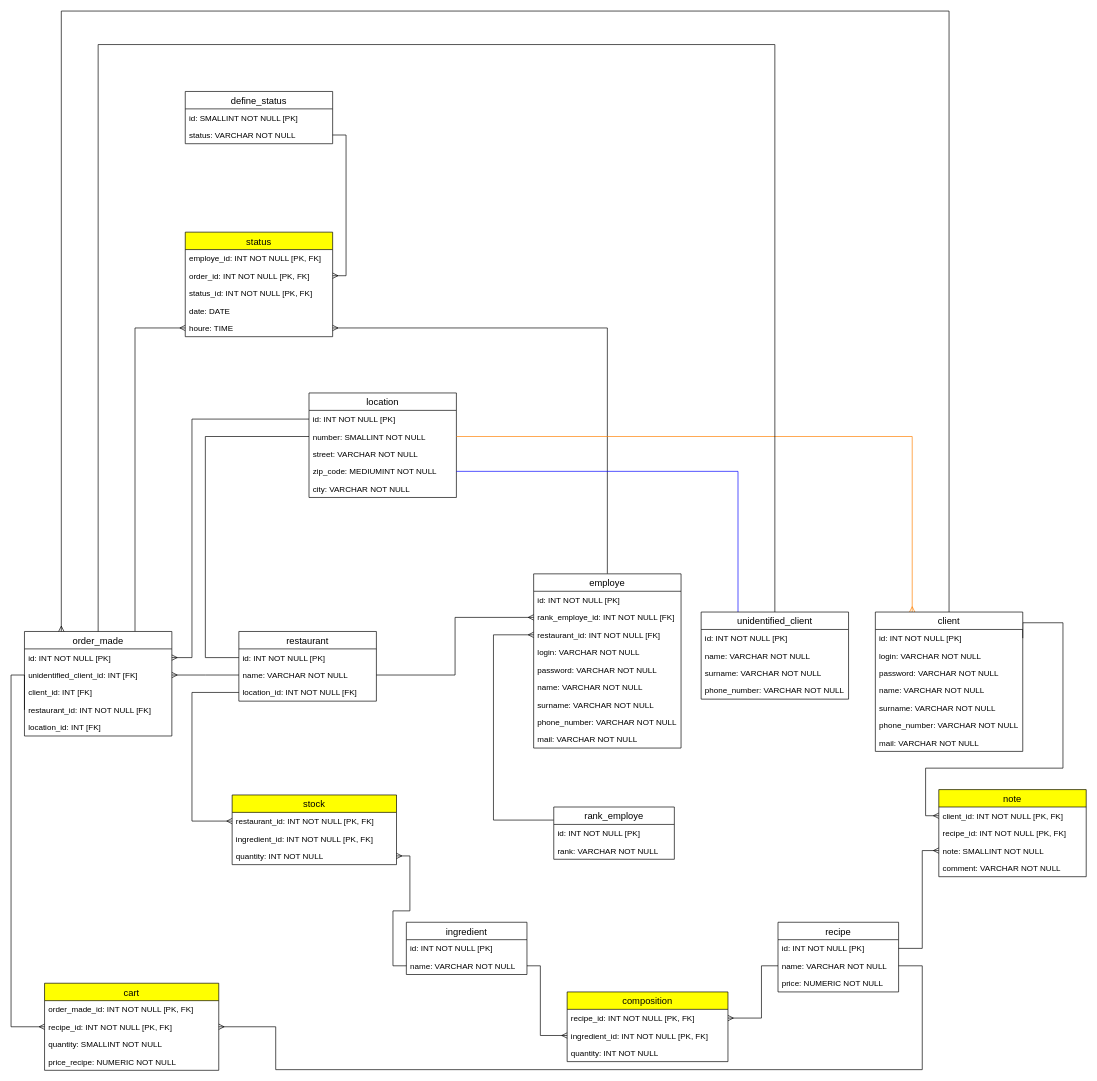
This is MPD.drawio from damien-devpy/OC-P6, a draw.io file, before an edit. Source tidied: cells renumbered, new cells numbered last; positions are measured from the earlier drawing's top-left corner, leaving out a move shared by most shapes. Both pictures are drawn from the tidied source at 67%, with x=0, y=0 at pixel (11, 11).
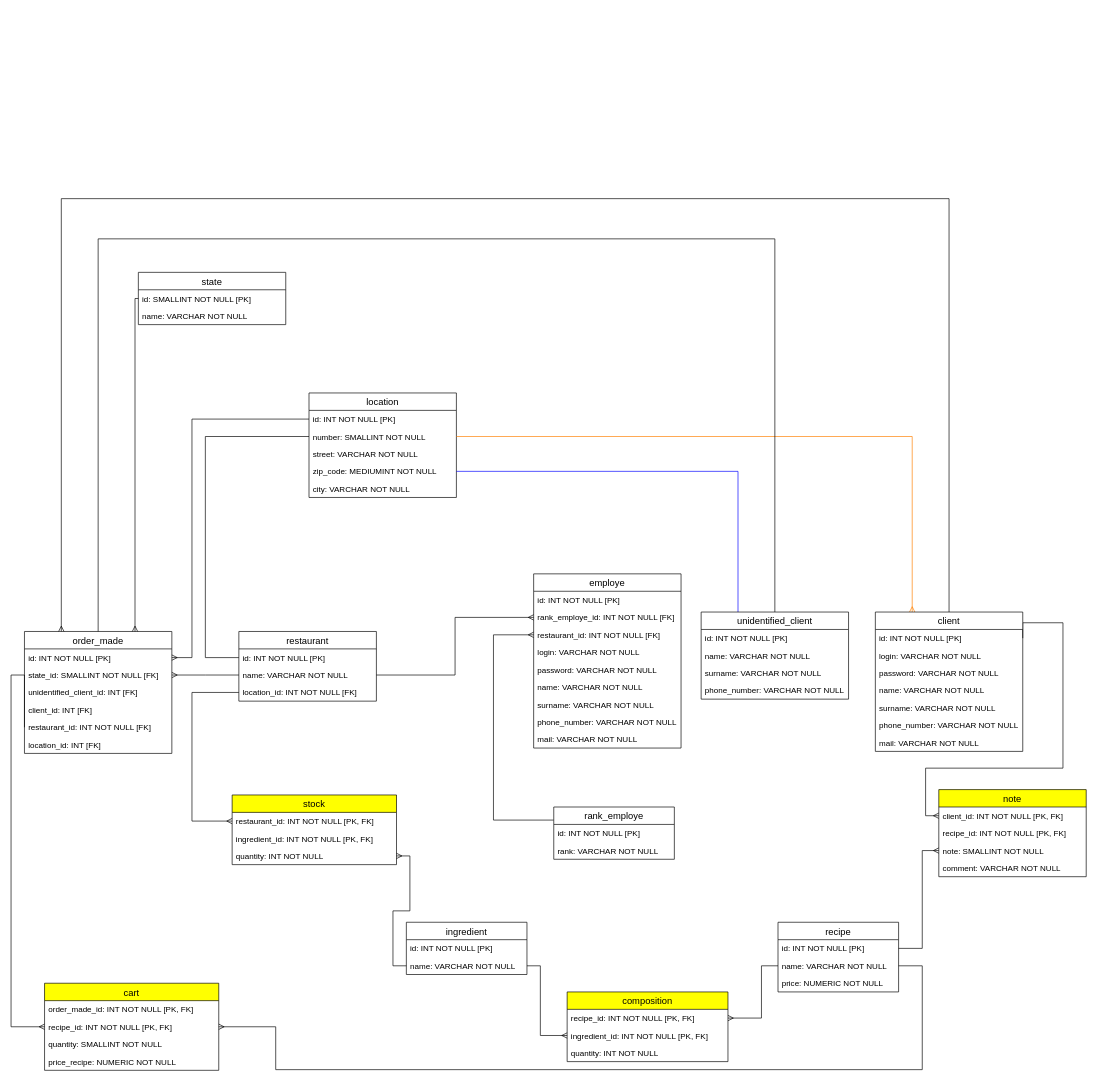
After the change.

The change refers to these unchanged cells:
```xml
<mxCell id="72" value="unidentified_client" style="swimlane;fontStyle=0;horizontal=1;startSize=26;align=center;fontSize=14;labelBackgroundColor=#ffffff;strokeColor=#000000;" parent="1" vertex="1">
  <mxGeometry x="1030" y="897" width="220" height="130" as="geometry" />
</mxCell>
<mxCell id="77" value="employe" style="swimlane;fontStyle=0;horizontal=1;startSize=26;align=center;fontSize=14;labelBackgroundColor=#ffffff;strokeColor=#000000;" parent="1" vertex="1">
  <mxGeometry x="780" y="840" width="220" height="260" as="geometry" />
</mxCell>
<mxCell id="87" value="client" style="swimlane;fontStyle=0;horizontal=1;startSize=26;align=center;fontSize=14;labelBackgroundColor=#ffffff;strokeColor=#000000;" parent="1" vertex="1">
  <mxGeometry x="1290" y="897" width="220" height="208" as="geometry" />
</mxCell>
```

Diff of the diagram source:
```diff
@@
-    <mxCell id="4" style="edgeStyle=orthogonalEdgeStyle;rounded=0;jettySize=auto;html=1;exitX=0.5;exitY=0;exitDx=0;exitDy=0;entryX=1;entryY=0.5;entryDx=0;entryDy=0;endArrow=ERmany;endFill=0;" parent="1" edge="1" source="77" target="25">
-      <mxGeometry relative="1" as="geometry">
-        <Array as="points">
-          <mxPoint x="890" y="473" />
-        </Array>
-      </mxGeometry>
-    </mxCell>
-    <mxCell id="5" style="edgeStyle=orthogonalEdgeStyle;rounded=0;jettySize=auto;html=1;entryX=0;entryY=0.5;entryDx=0;entryDy=0;endArrow=ERmany;endFill=0;exitX=0.75;exitY=0;exitDx=0;exitDy=0;" parent="1" edge="1" source="33" target="25">
-      <mxGeometry relative="1" as="geometry">
-        <Array as="points">
-          <mxPoint x="185" y="473" />
-        </Array>
-      </mxGeometry>
-    </mxCell>
@@
-    <mxCell id="20" value="status" style="swimlane;fontStyle=0;horizontal=1;startSize=26;align=center;fontSize=14;labelBackgroundColor=none;strokeColor=#000000;fillColor=#FFFF00;" parent="1" vertex="1">
-      <mxGeometry x="260" y="330" width="220" height="156" as="geometry" />
-    </mxCell>
-    <mxCell id="21" value="employe_id: INT NOT NULL [PK, FK]" style="text;strokeColor=none;fillColor=none;spacingLeft=4;spacingRight=4;overflow=hidden;fontSize=12;" parent="20" vertex="1">
-      <mxGeometry y="26" width="220" height="26" as="geometry" />
-    </mxCell>
-    <mxCell id="22" value="order_id: INT NOT NULL [PK, FK]" style="text;strokeColor=none;fillColor=none;spacingLeft=4;spacingRight=4;overflow=hidden;points=[[0,0.5],[1,0.5]];portConstraint=eastwest;fontSize=12;" parent="20" vertex="1">
-      <mxGeometry y="52" width="220" height="26" as="geometry" />
-    </mxCell>
-    <mxCell id="23" value="status_id: INT NOT NULL [PK, FK]" style="text;strokeColor=none;fillColor=none;spacingLeft=4;spacingRight=4;overflow=hidden;fontSize=12;" parent="20" vertex="1">
-      <mxGeometry y="78" width="220" height="26" as="geometry" />
-    </mxCell>
-    <mxCell id="24" value="date: DATE" style="text;strokeColor=none;fillColor=none;spacingLeft=4;spacingRight=4;overflow=hidden;fontSize=12;" parent="20" vertex="1">
-      <mxGeometry y="104" width="220" height="26" as="geometry" />
-    </mxCell>
-    <mxCell id="25" value="houre: TIME" style="text;strokeColor=none;fillColor=none;spacingLeft=4;spacingRight=4;overflow=hidden;points=[[0,0.5],[1,0.5]];portConstraint=eastwest;fontSize=12;" parent="20" vertex="1">
-      <mxGeometry y="130" width="220" height="26" as="geometry" />
-    </mxCell>
@@
     <mxCell id="33" value="order_made" style="swimlane;fontStyle=0;horizontal=1;startSize=26;align=center;fontSize=14;labelBackgroundColor=#ffffff;strokeColor=#000000;" parent="1" vertex="1">
-      <mxGeometry x="20" y="926" width="220" height="156" as="geometry" />
+      <mxGeometry x="20" y="926" width="220" height="182" as="geometry" />
     </mxCell>
@@
+    <mxCell id="98" value="state_id: SMALLINT NOT NULL [FK]" style="text;strokeColor=none;fillColor=none;spacingLeft=4;spacingRight=4;overflow=hidden;fontSize=12;" parent="33" vertex="1">
+      <mxGeometry y="52" width="220" height="26" as="geometry" />
+    </mxCell>
     <mxCell id="35" value="unidentified_client_id: INT [FK]" style="text;strokeColor=none;fillColor=none;spacingLeft=4;spacingRight=4;overflow=hidden;fontSize=12;" parent="33" vertex="1">
-      <mxGeometry y="52" width="220" height="26" as="geometry" />
+      <mxGeometry y="78" width="220" height="26" as="geometry" />
     </mxCell>
     <mxCell id="36" value="client_id: INT [FK]" style="text;strokeColor=none;fillColor=none;spacingLeft=4;spacingRight=4;overflow=hidden;fontSize=12;" parent="33" vertex="1">
-      <mxGeometry y="78" width="220" height="26" as="geometry" />
+      <mxGeometry y="104" width="220" height="26" as="geometry" />
     </mxCell>
     <mxCell id="37" value="restaurant_id: INT NOT NULL [FK]" style="text;strokeColor=none;fillColor=none;spacingLeft=4;spacingRight=4;overflow=hidden;points=[[0,0.5],[1,0.5]];portConstraint=eastwest;fontSize=12;" parent="33" vertex="1">
-      <mxGeometry y="104" width="220" height="26" as="geometry" />
+      <mxGeometry y="130" width="220" height="26" as="geometry" />
     </mxCell>
     <mxCell id="38" value="location_id: INT [FK]" style="text;strokeColor=none;fillColor=none;spacingLeft=4;spacingRight=4;overflow=hidden;fontSize=12;" parent="33" vertex="1">
-      <mxGeometry y="130" width="220" height="26" as="geometry" />
+      <mxGeometry y="156" width="220" height="26" as="geometry" />
     </mxCell>
@@
-    <mxCell id="63" value="define_status" style="swimlane;fontStyle=0;horizontal=1;startSize=26;align=center;fontSize=14;labelBackgroundColor=none;strokeColor=#000000;fillColor=#FFFFFF;" parent="1" vertex="1">
-      <mxGeometry x="260" y="120" width="220" height="78" as="geometry" />
-    </mxCell>
-    <mxCell id="64" value="id: SMALLINT NOT NULL [PK]" style="text;strokeColor=none;fillColor=none;spacingLeft=4;spacingRight=4;overflow=hidden;fontSize=12;" parent="63" vertex="1">
-      <mxGeometry y="26" width="220" height="26" as="geometry" />
-    </mxCell>
-    <mxCell id="65" value="status: VARCHAR NOT NULL" style="text;strokeColor=none;fillColor=none;spacingLeft=4;spacingRight=4;overflow=hidden;points=[[0,0.5],[1,0.5]];portConstraint=eastwest;fontSize=12;" parent="63" vertex="1">
-      <mxGeometry y="52" width="220" height="26" as="geometry" />
-    </mxCell>
-    <mxCell id="66" style="edgeStyle=orthogonalEdgeStyle;rounded=0;jettySize=auto;html=1;exitX=1;exitY=0.5;exitDx=0;exitDy=0;entryX=1;entryY=0.5;entryDx=0;entryDy=0;endArrow=ERmany;endFill=0;" parent="1" edge="1" source="65" target="22">
-      <mxGeometry relative="1" as="geometry" />
-    </mxCell>
@@
     <mxCell id="69" style="edgeStyle=orthogonalEdgeStyle;rounded=0;jettySize=auto;html=1;exitX=0.5;exitY=0;exitDx=0;exitDy=0;startArrow=none;startFill=0;endArrow=ERmany;endFill=0;strokeColor=#000000;entryX=0.25;entryY=0;entryDx=0;entryDy=0;" parent="1" edge="1" source="87" target="33">
       <mxGeometry relative="1" as="geometry">
         <Array as="points">
-          <mxPoint x="1400" />
-          <mxPoint x="75" />
+          <mxPoint x="1400" y="280" />
+          <mxPoint x="75" y="280" />
         </Array>
       </mxGeometry>
     </mxCell>
@@
     <mxCell id="71" style="edgeStyle=orthogonalEdgeStyle;rounded=0;jettySize=auto;html=1;exitX=0.5;exitY=0;exitDx=0;exitDy=0;startArrow=none;startFill=0;endArrow=none;endFill=0;strokeColor=#000000;entryX=0.5;entryY=0;entryDx=0;entryDy=0;" parent="1" edge="1" source="72" target="33">
       <mxGeometry relative="1" as="geometry">
         <Array as="points">
-          <mxPoint x="1140" y="50" />
-          <mxPoint x="130" y="50" />
+          <mxPoint x="1140" y="340" />
+          <mxPoint x="130" y="340" />
         </Array>
       </mxGeometry>
     </mxCell>
@@
+    <mxCell id="99" style="edgeStyle=orthogonalEdgeStyle;rounded=0;jettySize=auto;html=1;exitX=0;exitY=0.5;exitDx=0;exitDy=0;endArrow=ERmany;endFill=0;entryX=0.75;entryY=0;entryDx=0;entryDy=0;" parent="1" edge="1" source="63" target="33">
+      <mxGeometry relative="1" as="geometry">
+        <Array as="points">
+          <mxPoint x="185" y="429" />
+        </Array>
+      </mxGeometry>
+    </mxCell>
+    <mxCell id="63" value="state" style="swimlane;fontStyle=0;horizontal=1;startSize=26;align=center;fontSize=14;labelBackgroundColor=none;strokeColor=#000000;fillColor=#FFFFFF;" parent="1" vertex="1">
+      <mxGeometry x="190" y="390" width="220" height="78" as="geometry" />
+    </mxCell>
+    <mxCell id="64" value="id: SMALLINT NOT NULL [PK]" style="text;strokeColor=none;fillColor=none;spacingLeft=4;spacingRight=4;overflow=hidden;fontSize=12;" parent="63" vertex="1">
+      <mxGeometry y="26" width="220" height="26" as="geometry" />
+    </mxCell>
+    <mxCell id="65" value="name: VARCHAR NOT NULL" style="text;strokeColor=none;fillColor=none;spacingLeft=4;spacingRight=4;overflow=hidden;points=[[0,0.5],[1,0.5]];portConstraint=eastwest;fontSize=12;" parent="63" vertex="1">
+      <mxGeometry y="52" width="220" height="26" as="geometry" />
+    </mxCell>
```
